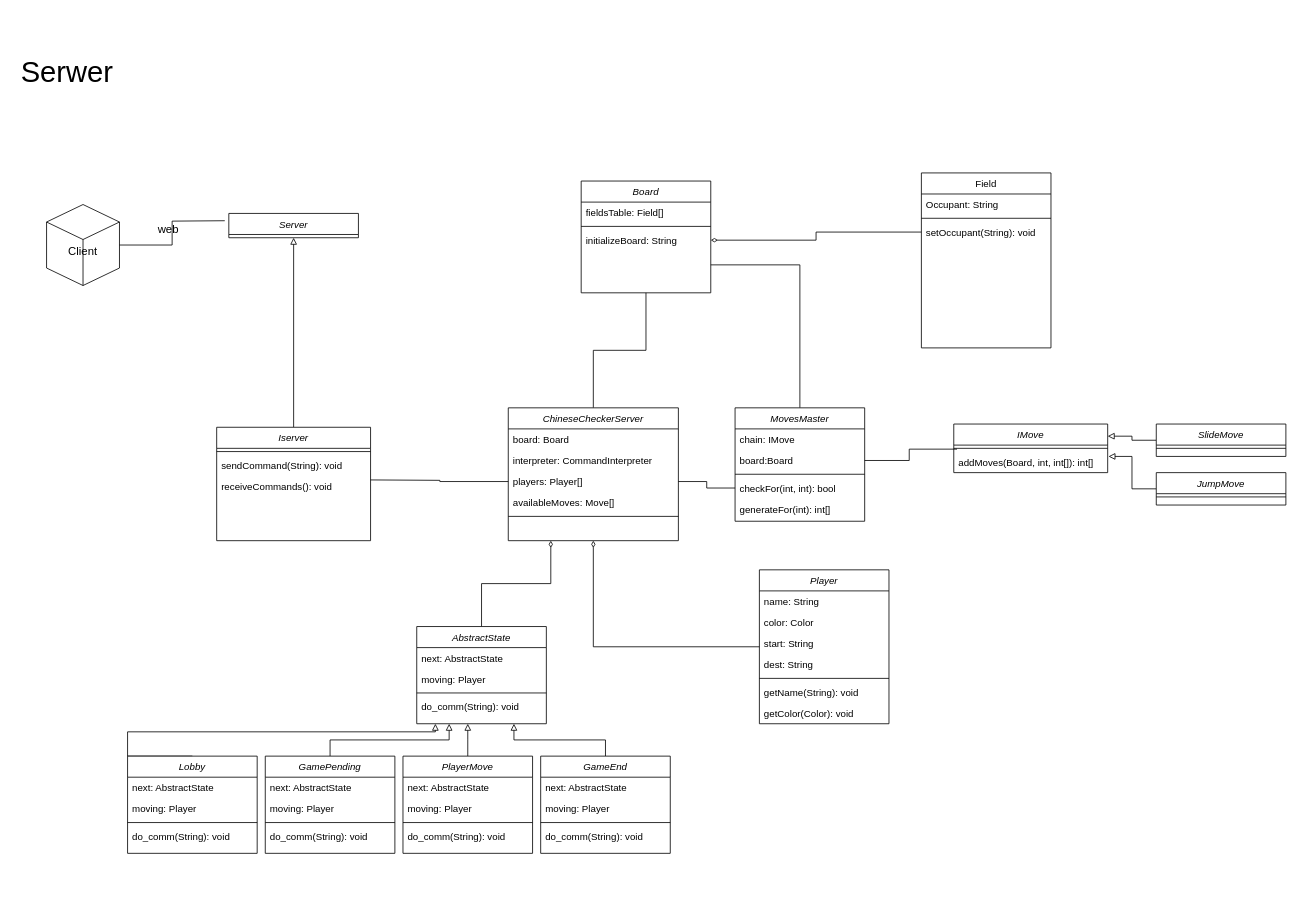
The draw.io diagram diagramy/SerwerClassDiagram.drawio in Muciej/Chinese-checkers, before the edit. Source tidied: cells renumbered, new cells numbered last; positions are measured from the earlier drawing's top-left corner, leaving out a move shared by most shapes. Both pictures are drawn from the tidied source at 81%, with x=0, y=0 at pixel (14, 59).
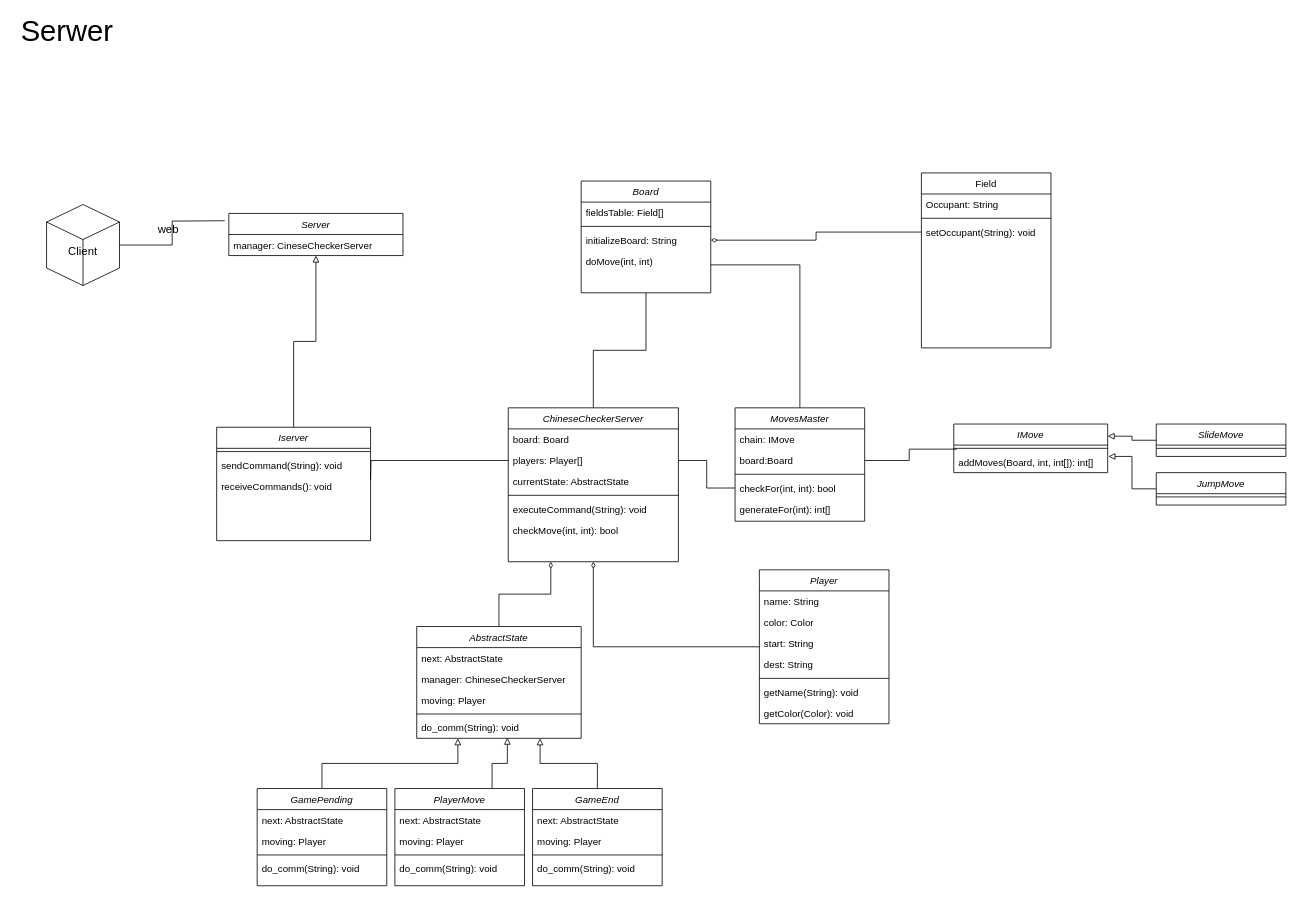
After the change.

Unchanged cells that the change refers to:
```xml
<mxCell id="2" value="Board" style="swimlane;fontStyle=2;align=center;verticalAlign=top;horizontal=1;startSize=26;rounded=0;shadow=0;strokeWidth=1;" parent="1" vertex="1">
  <mxGeometry x="700" y="150" width="160" height="138" as="geometry" />
</mxCell>
```

Diff of the diagram source:
```diff
@@
+    <mxCell id="86" value="doMove(int, int)" style="text;align=left;verticalAlign=top;spacingLeft=4;spacingRight=4;overflow=hidden;" parent="2" vertex="1">
+      <mxGeometry y="86" width="160" height="26" as="geometry" />
+    </mxCell>
@@
     <mxCell id="10" value="&lt;font style=&quot;font-size: 36px&quot;&gt;Serwer&lt;/font&gt;" style="text;html=1;align=center;verticalAlign=middle;strokeColor=none;fillColor=none;" parent="1" vertex="1">
-      <mxGeometry width="130" height="30" as="geometry" />
+      <mxGeometry y="-50" width="130" height="30" as="geometry" />
     </mxCell>
     <mxCell id="11" value="Server" style="swimlane;fontStyle=2;align=center;verticalAlign=top;horizontal=1;startSize=26;rounded=0;shadow=0;strokeWidth=1;" parent="1" vertex="1">
-      <mxGeometry x="265" y="190" width="160" height="30" as="geometry" />
+      <mxGeometry x="265" y="190" width="215" height="52" as="geometry" />
     </mxCell>
+    <mxCell id="87" value="manager: CineseCheckerServer" style="text;align=left;verticalAlign=top;spacingLeft=4;spacingRight=4;overflow=hidden;rounded=0;shadow=0;html=0;" parent="11" vertex="1">
+      <mxGeometry y="26" width="215" height="26" as="geometry" />
+    </mxCell>
@@
     <mxCell id="16" value="ChineseCheckerServer" style="swimlane;fontStyle=2;align=center;verticalAlign=top;horizontal=1;startSize=26;rounded=0;shadow=0;strokeWidth=1;" parent="1" vertex="1">
-      <mxGeometry x="610" y="430" width="210" height="164" as="geometry" />
+      <mxGeometry x="610" y="430" width="210" height="190" as="geometry" />
     </mxCell>
@@
-    <mxCell id="18" value="interpreter: CommandInterpreter" style="text;align=left;verticalAlign=top;spacingLeft=4;spacingRight=4;overflow=hidden;rounded=0;shadow=0;html=0;" parent="16" vertex="1">
-      <mxGeometry y="52" width="210" height="26" as="geometry" />
-    </mxCell>
     <mxCell id="19" value="players: Player[]" style="text;align=left;verticalAlign=top;spacingLeft=4;spacingRight=4;overflow=hidden;points=[[0,0.5],[1,0.5]];portConstraint=eastwest;rounded=0;shadow=0;html=0;" parent="16" vertex="1">
-      <mxGeometry y="78" width="210" height="26" as="geometry" />
+      <mxGeometry y="52" width="210" height="26" as="geometry" />
     </mxCell>
-    <mxCell id="20" value="availableMoves: Move[]" style="text;align=left;verticalAlign=top;spacingLeft=4;spacingRight=4;overflow=hidden;rounded=0;shadow=0;html=0;" parent="16" vertex="1">
-      <mxGeometry y="104" width="210" height="26" as="geometry" />
-    </mxCell>
+    <mxCell id="88" value="currentState: AbstractState" style="text;align=left;verticalAlign=top;spacingLeft=4;spacingRight=4;overflow=hidden;rounded=0;shadow=0;html=0;" parent="16" vertex="1">
+      <mxGeometry y="78" width="210" height="26" as="geometry" />
+    </mxCell>
     <mxCell id="21" style="line;html=1;strokeWidth=1;align=left;verticalAlign=middle;spacingTop=-1;spacingLeft=3;spacingRight=3;labelPosition=right;" parent="16" vertex="1">
-      <mxGeometry y="130" width="210" height="8" as="geometry" />
+      <mxGeometry y="104" width="210" height="8" as="geometry" />
     </mxCell>
+    <mxCell id="89" value="executeCommand(String): void" style="text;align=left;verticalAlign=top;spacingLeft=4;spacingRight=4;overflow=hidden;rounded=0;shadow=0;html=0;" parent="16" vertex="1">
+      <mxGeometry y="112" width="210" height="26" as="geometry" />
+    </mxCell>
+    <mxCell id="90" value="checkMove(int, int): bool" style="text;align=left;verticalAlign=top;spacingLeft=4;spacingRight=4;overflow=hidden;rounded=0;shadow=0;html=0;" parent="16" vertex="1">
+      <mxGeometry y="138" width="210" height="26" as="geometry" />
+    </mxCell>
@@
     <mxCell id="47" value="AbstractState" style="swimlane;fontStyle=2;align=center;verticalAlign=top;horizontal=1;startSize=26;rounded=0;shadow=0;strokeWidth=1;" parent="1" vertex="1">
-      <mxGeometry x="497" y="700" width="160" height="120" as="geometry" />
+      <mxGeometry x="497" y="700" width="203" height="138" as="geometry" />
     </mxCell>
     <mxCell id="48" value="next: AbstractState" style="text;align=left;verticalAlign=top;spacingLeft=4;spacingRight=4;overflow=hidden;rounded=0;shadow=0;html=0;" parent="47" vertex="1">
-      <mxGeometry y="26" width="160" height="26" as="geometry" />
+      <mxGeometry y="26" width="203" height="26" as="geometry" />
     </mxCell>
+    <mxCell id="91" value="manager: ChineseCheckerServer" style="text;align=left;verticalAlign=top;spacingLeft=4;spacingRight=4;overflow=hidden;rounded=0;shadow=0;html=0;" parent="47" vertex="1">
+      <mxGeometry y="52" width="203" height="26" as="geometry" />
+    </mxCell>
     <mxCell id="49" value="moving: Player" style="text;align=left;verticalAlign=top;spacingLeft=4;spacingRight=4;overflow=hidden;rounded=0;shadow=0;html=0;" parent="47" vertex="1">
-      <mxGeometry y="52" width="160" height="26" as="geometry" />
+      <mxGeometry y="78" width="203" height="26" as="geometry" />
     </mxCell>
     <mxCell id="50" style="line;html=1;strokeWidth=1;align=left;verticalAlign=middle;spacingTop=-1;spacingLeft=3;spacingRight=3;labelPosition=right;" parent="47" vertex="1">
-      <mxGeometry y="78" width="160" height="8" as="geometry" />
+      <mxGeometry y="104" width="203" height="8" as="geometry" />
     </mxCell>
     <mxCell id="51" value="do_comm(String): void" style="text;align=left;verticalAlign=top;spacingLeft=4;spacingRight=4;overflow=hidden;points=[[0,0.5],[1,0.5]];portConstraint=eastwest;" parent="47" vertex="1">
-      <mxGeometry y="86" width="160" height="26" as="geometry" />
+      <mxGeometry y="112" width="203" height="26" as="geometry" />
     </mxCell>
@@
     <mxCell id="53" value="GamePending" style="swimlane;fontStyle=2;align=center;verticalAlign=top;horizontal=1;startSize=26;rounded=0;shadow=0;strokeWidth=1;" parent="1" vertex="1">
-      <mxGeometry x="310" y="860" width="160" height="120" as="geometry" />
+      <mxGeometry x="300" y="900" width="160" height="120" as="geometry" />
     </mxCell>
@@
-    <mxCell id="58" style="edgeStyle=orthogonalEdgeStyle;rounded=0;jettySize=auto;html=1;exitX=0.5;exitY=0;exitDx=0;exitDy=0;fontSize=14;endArrow=block;endFill=0;" parent="1" edge="1" source="59">
-      <mxGeometry relative="1" as="geometry">
-        <mxPoint x="560" y="820" as="targetPoint" />
-      </mxGeometry>
-    </mxCell>
+    <mxCell id="92" style="edgeStyle=orthogonalEdgeStyle;rounded=0;jettySize=auto;html=1;exitX=0.75;exitY=0;exitDx=0;exitDy=0;entryX=0.551;entryY=0.972;entryDx=0;entryDy=0;entryPerimeter=0;fontSize=14;endArrow=block;endFill=0;" parent="1" edge="1" source="59" target="51">
+      <mxGeometry relative="1" as="geometry" />
+    </mxCell>
     <mxCell id="59" value="PlayerMove" style="swimlane;fontStyle=2;align=center;verticalAlign=top;horizontal=1;startSize=26;rounded=0;shadow=0;strokeWidth=1;" parent="1" vertex="1">
-      <mxGeometry x="480" y="860" width="160" height="120" as="geometry" />
+      <mxGeometry x="470" y="900" width="160" height="120" as="geometry" />
     </mxCell>
@@
     <mxCell id="65" value="GameEnd" style="swimlane;fontStyle=2;align=center;verticalAlign=top;horizontal=1;startSize=26;rounded=0;shadow=0;strokeWidth=1;" parent="1" vertex="1">
-      <mxGeometry x="650" y="860" width="160" height="120" as="geometry" />
+      <mxGeometry x="640" y="900" width="160" height="120" as="geometry" />
     </mxCell>
@@
-    <mxCell id="70" style="edgeStyle=orthogonalEdgeStyle;rounded=0;jettySize=auto;html=1;exitX=0.5;exitY=0;exitDx=0;exitDy=0;fontSize=14;endArrow=block;endFill=0;" parent="1" edge="1" source="71">
-      <mxGeometry relative="1" as="geometry">
-        <mxPoint x="520" y="820" as="targetPoint" />
-        <Array as="points">
-          <mxPoint x="140" y="830" />
-          <mxPoint x="520" y="830" />
-        </Array>
-      </mxGeometry>
-    </mxCell>
-    <mxCell id="71" value="Lobby" style="swimlane;fontStyle=2;align=center;verticalAlign=top;horizontal=1;startSize=26;rounded=0;shadow=0;strokeWidth=1;" parent="1" vertex="1">
-      <mxGeometry x="140" y="860" width="160" height="120" as="geometry" />
-    </mxCell>
-    <mxCell id="72" value="next: AbstractState" style="text;align=left;verticalAlign=top;spacingLeft=4;spacingRight=4;overflow=hidden;rounded=0;shadow=0;html=0;" parent="71" vertex="1">
-      <mxGeometry y="26" width="160" height="26" as="geometry" />
-    </mxCell>
-    <mxCell id="73" value="moving: Player" style="text;align=left;verticalAlign=top;spacingLeft=4;spacingRight=4;overflow=hidden;rounded=0;shadow=0;html=0;" parent="71" vertex="1">
-      <mxGeometry y="52" width="160" height="26" as="geometry" />
-    </mxCell>
-    <mxCell id="74" style="line;html=1;strokeWidth=1;align=left;verticalAlign=middle;spacingTop=-1;spacingLeft=3;spacingRight=3;labelPosition=right;" parent="71" vertex="1">
-      <mxGeometry y="78" width="160" height="8" as="geometry" />
-    </mxCell>
-    <mxCell id="75" value="do_comm(String): void" style="text;align=left;verticalAlign=top;spacingLeft=4;spacingRight=4;overflow=hidden;" parent="71" vertex="1">
-      <mxGeometry y="86" width="160" height="26" as="geometry" />
-    </mxCell>
```
